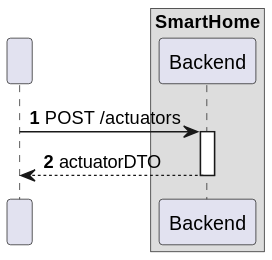
Earlier version of the PlantUML export docs/C4_4plus1_models/Level2/ProcessView/ProcessViewLevel2_UC10_v1.svg (moutajDev/smarthome). Source of this version:
```plantuml
@startuml
!pragma layout smetana

autonumber


participant " " as HTTP

box "SmartHome"
    participant "Backend" as BE

end box

HTTP -> BE : POST /actuators
activate BE

BE --> HTTP : actuatorDTO
deactivate BE
@enduml
```
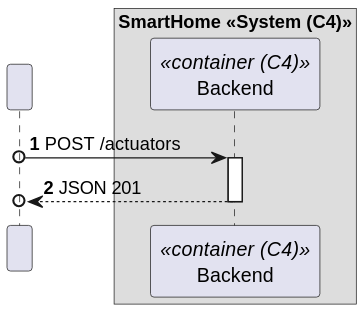
The same diagram one commit later.

The edit, as a diff of the source:
```diff
@@ -6,14 +6,14 @@
 
 participant " " as HTTP
 
-box "SmartHome"
-    participant "Backend" as BE
+box "SmartHome <<System (C4)>>"
+    participant "Backend" as BE<<container (C4)>>
 
 end box
 
-HTTP -> BE : POST /actuators
+HTTP o-> BE : POST /actuators
 activate BE
 
-BE --> HTTP : actuatorDTO
+BE -->o HTTP : JSON 201
 deactivate BE
 @enduml
```
